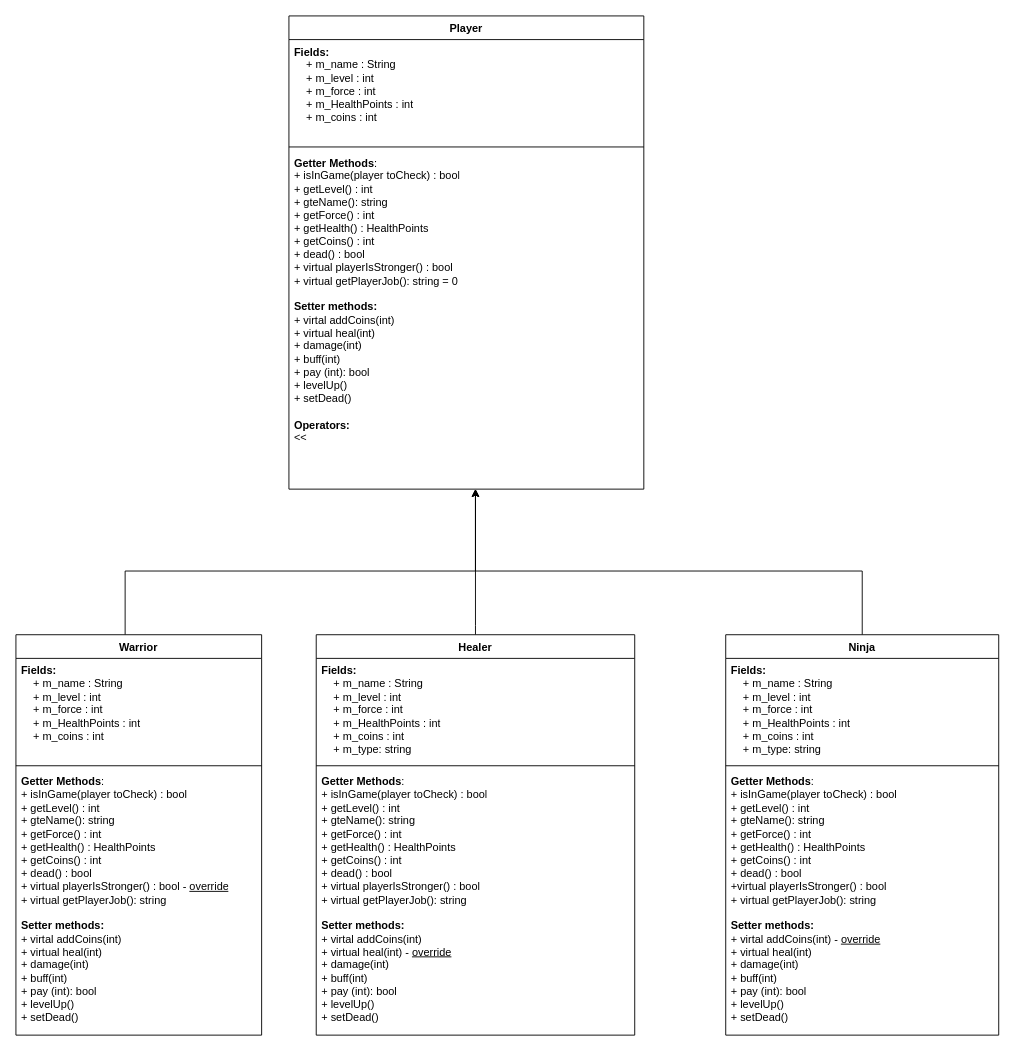
Before: page "Player" (2 of 3) of UML.drawio in ayals99/ex4_matam, a draw.io diagram. Source tidied: cells renumbered, new cells numbered last; positions are measured from the earlier drawing's top-left corner, leaving out a move shared by most shapes. Both pictures are drawn from the tidied source at 91%, with x=0, y=0 at pixel (15, 15).
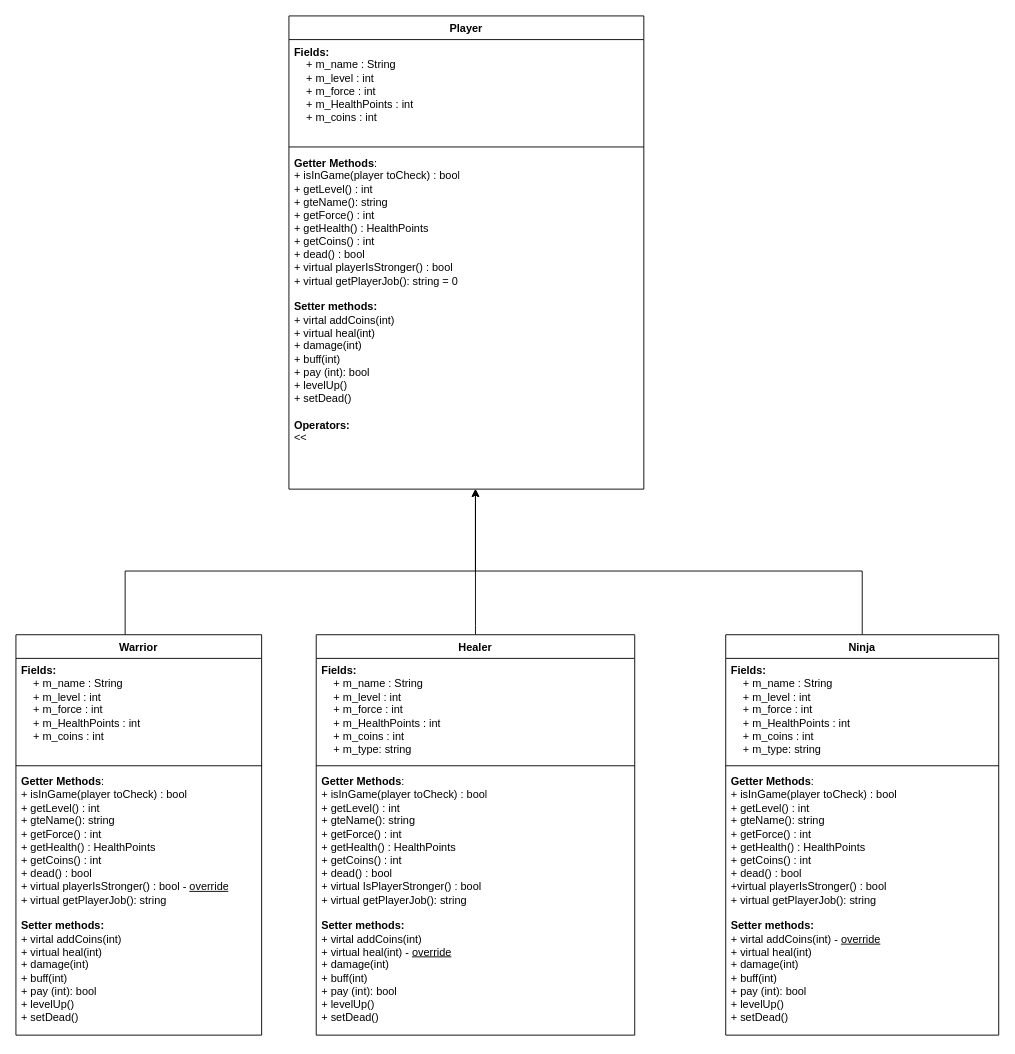
The same diagram, later.

Unchanged cells that the change refers to:
```xml
<mxCell id="17" value="Healer" style="swimlane;fontStyle=1;align=center;verticalAlign=top;horizontal=1;startSize=26;whiteSpace=wrap;html=1;" parent="1" vertex="1">
  <mxGeometry x="330" y="680" width="350" height="440" as="geometry" />
</mxCell>
```

The edit, as a diff of the source:
```diff
@@
-    <mxCell id="20" value="&lt;b style=&quot;border-color: var(--border-color);&quot;&gt;Getter Methods&lt;/b&gt;:&lt;br style=&quot;border-color: var(--border-color);&quot;&gt;+&amp;nbsp;isInGame(player toCheck) : bool&lt;br style=&quot;border-color: var(--border-color);&quot;&gt;+&amp;nbsp;getLevel() : int&lt;br style=&quot;border-color: var(--border-color);&quot;&gt;+ gteName(): string&lt;br style=&quot;border-color: var(--border-color);&quot;&gt;+&amp;nbsp;getForce() : int&lt;br style=&quot;border-color: var(--border-color);&quot;&gt;+&amp;nbsp;getHealth() : HealthPoints&lt;br style=&quot;border-color: var(--border-color);&quot;&gt;+&amp;nbsp;getCoins() : int&lt;br style=&quot;border-color: var(--border-color);&quot;&gt;+&amp;nbsp;dead() : bool&lt;br style=&quot;border-color: var(--border-color);&quot;&gt;+ virtual playerIsStronger() : bool&lt;br style=&quot;border-color: var(--border-color);&quot;&gt;+ virtual getPlayerJob(): string&lt;br style=&quot;border-color: var(--border-color);&quot;&gt;&lt;br style=&quot;border-color: var(--border-color);&quot;&gt;&lt;b style=&quot;border-color: var(--border-color);&quot;&gt;Setter methods:&lt;br style=&quot;border-color: var(--border-color);&quot;&gt;&lt;/b&gt;+ virtal addCoins(int)&lt;br style=&quot;border-color: var(--border-color);&quot;&gt;+ virtual heal(int) - &lt;u&gt;override&lt;/u&gt;&lt;br style=&quot;border-color: var(--border-color);&quot;&gt;+ damage(int)&lt;br style=&quot;border-color: var(--border-color);&quot;&gt;+ buff(int)&lt;br style=&quot;border-color: var(--border-color);&quot;&gt;+ pay (int): bool&lt;br style=&quot;border-color: var(--border-color);&quot;&gt;+ levelUp()&lt;br style=&quot;border-color: var(--border-color);&quot;&gt;+ setDead()" style="text;strokeColor=none;fillColor=none;align=left;verticalAlign=top;spacingLeft=4;spacingRight=4;overflow=hidden;whiteSpace=wrap;html=1;" parent="17" vertex="1">
+    <mxCell id="20" value="&lt;b style=&quot;border-color: var(--border-color);&quot;&gt;Getter Methods&lt;/b&gt;:&lt;br style=&quot;border-color: var(--border-color);&quot;&gt;+&amp;nbsp;isInGame(player toCheck) : bool&lt;br style=&quot;border-color: var(--border-color);&quot;&gt;+&amp;nbsp;getLevel() : int&lt;br style=&quot;border-color: var(--border-color);&quot;&gt;+ gteName(): string&lt;br style=&quot;border-color: var(--border-color);&quot;&gt;+&amp;nbsp;getForce() : int&lt;br style=&quot;border-color: var(--border-color);&quot;&gt;+&amp;nbsp;getHealth() : HealthPoints&lt;br style=&quot;border-color: var(--border-color);&quot;&gt;+&amp;nbsp;getCoins() : int&lt;br style=&quot;border-color: var(--border-color);&quot;&gt;+&amp;nbsp;dead() : bool&lt;br style=&quot;border-color: var(--border-color);&quot;&gt;+ virtual IsPlayerStronger() : bool&lt;br style=&quot;border-color: var(--border-color);&quot;&gt;+ virtual getPlayerJob(): string&lt;br style=&quot;border-color: var(--border-color);&quot;&gt;&lt;br style=&quot;border-color: var(--border-color);&quot;&gt;&lt;b style=&quot;border-color: var(--border-color);&quot;&gt;Setter methods:&lt;br style=&quot;border-color: var(--border-color);&quot;&gt;&lt;/b&gt;+ virtal addCoins(int)&lt;br style=&quot;border-color: var(--border-color);&quot;&gt;+ virtual heal(int) - &lt;u&gt;override&lt;/u&gt;&lt;br style=&quot;border-color: var(--border-color);&quot;&gt;+ damage(int)&lt;br style=&quot;border-color: var(--border-color);&quot;&gt;+ buff(int)&lt;br style=&quot;border-color: var(--border-color);&quot;&gt;+ pay (int): bool&lt;br style=&quot;border-color: var(--border-color);&quot;&gt;+ levelUp()&lt;br style=&quot;border-color: var(--border-color);&quot;&gt;+ setDead()" style="text;strokeColor=none;fillColor=none;align=left;verticalAlign=top;spacingLeft=4;spacingRight=4;overflow=hidden;whiteSpace=wrap;html=1;" parent="17" vertex="1">
       <mxGeometry y="148" width="350" height="292" as="geometry" />
     </mxCell>
```
